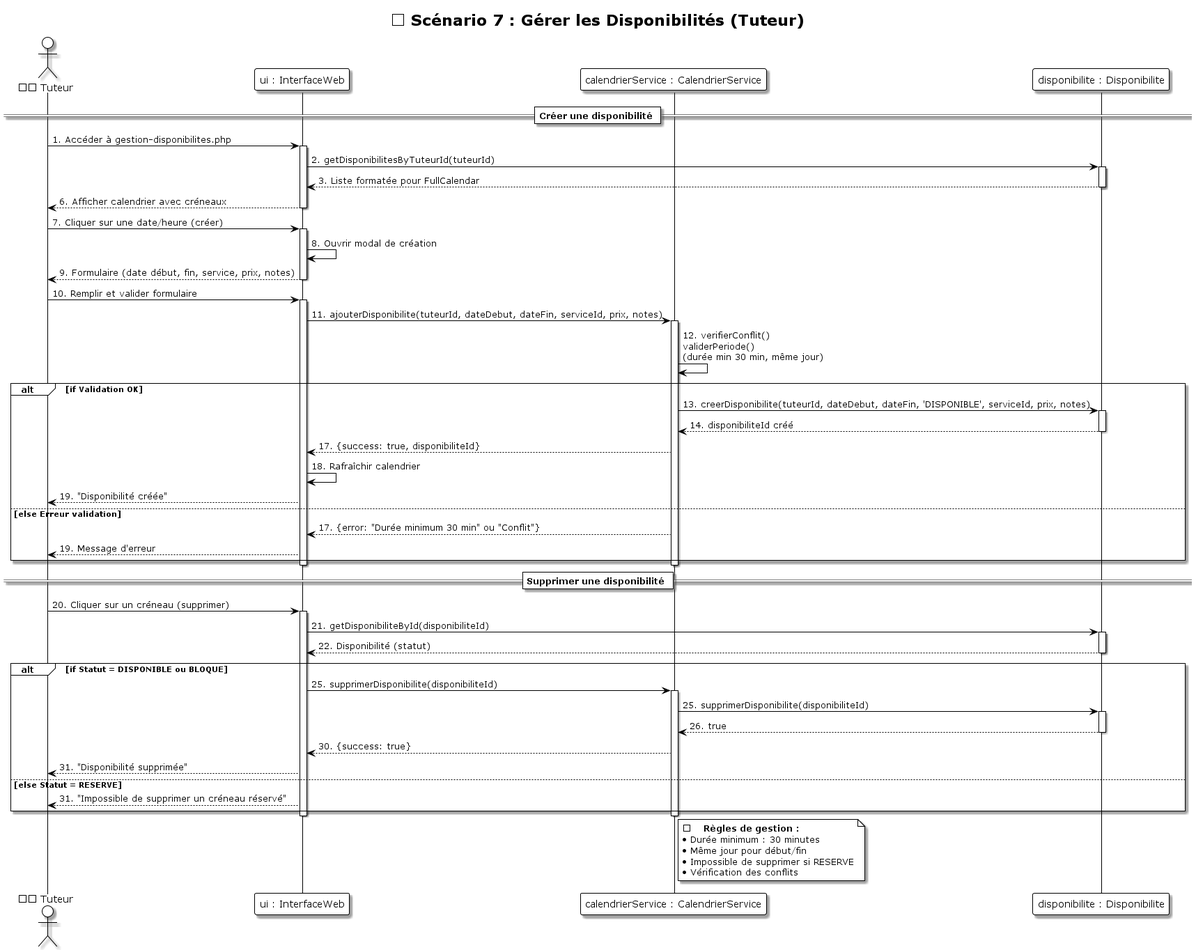
Earlier version of the PlantUML export UML/diagrammes_sequence/Sequence_07_Gerer_Disponibilites.png (LLAbdul/LLAbdul-projet-tutoplus).
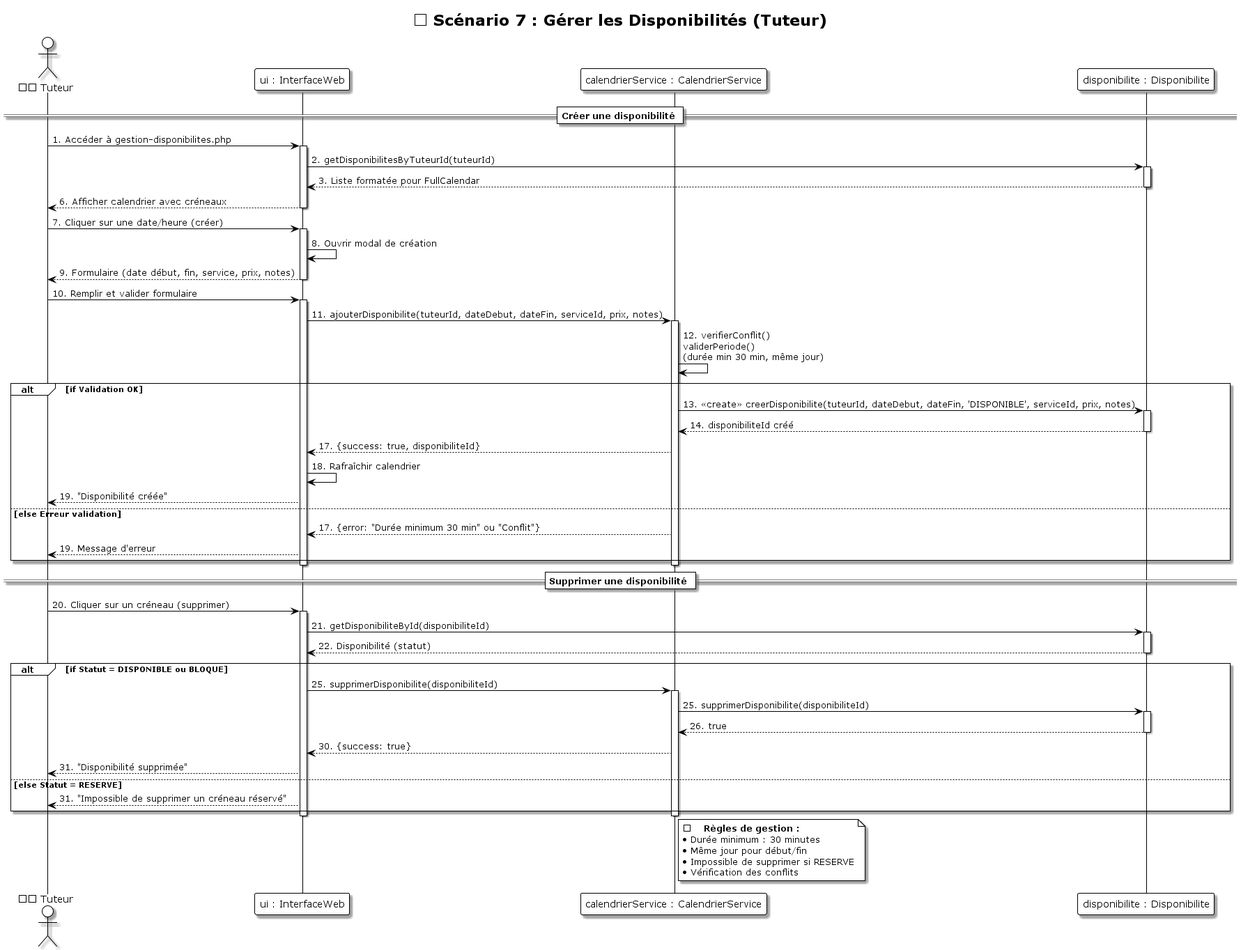
The same diagram one commit later.

Change to the diagram source:
```diff
@@ -34,7 +34,7 @@
 CalendrierService -> CalendrierService: 12. verifierConflit()\nvaliderPeriode()\n(durée min 30 min, même jour)
 
 alt if Validation OK
-    CalendrierService -> Disponibilite: 13. creerDisponibilite(tuteurId, dateDebut, dateFin, 'DISPONIBLE', serviceId, prix, notes)
+    CalendrierService -> Disponibilite: 13. <<create>> creerDisponibilite(tuteurId, dateDebut, dateFin, 'DISPONIBLE', serviceId, prix, notes)
     activate Disponibilite
     Disponibilite --> CalendrierService: 14. disponibiliteId créé
     deactivate Disponibilite
```
